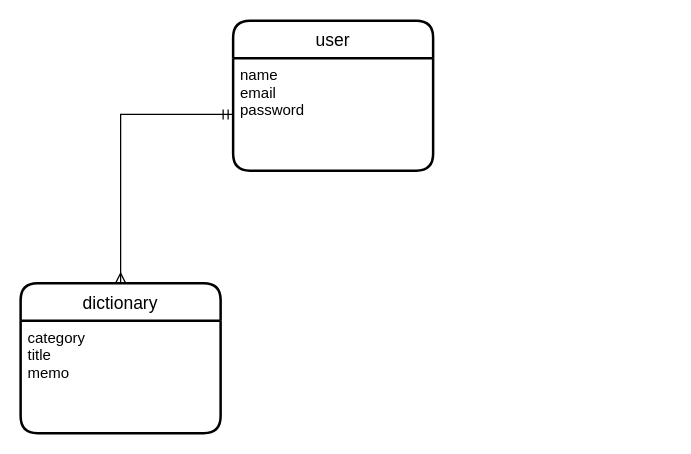
Before: dictionary.dio in yusuke-k-03/my_dictionary, a draw.io diagram. Source tidied: cells renumbered, new cells numbered last; positions are measured from the earlier drawing's top-left corner, leaving out a move shared by most shapes. Both pictures are drawn from the tidied source at 125%, with x=0, y=0 at pixel (20, 20).
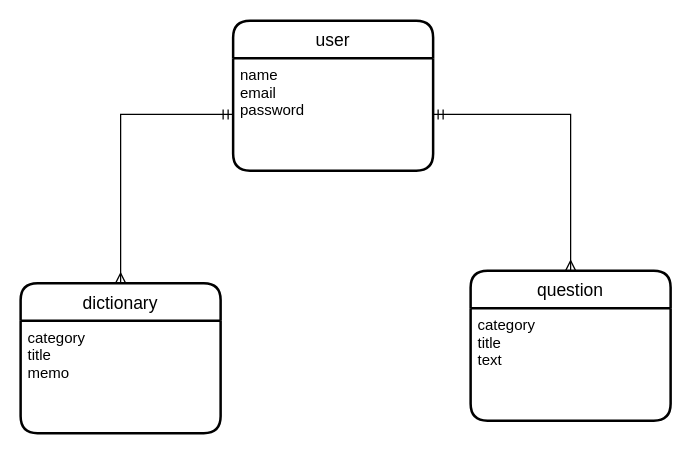
Above is the later version.

Change to the diagram source:
```diff
@@
 <mxGraphModel>
   <root>
     <mxCell id="0" />
     <mxCell id="1" parent="0" />
     <mxCell id="2" value="user" style="swimlane;horizontal=1;startSize=30;rounded=1;fontSize=14;fontStyle=0;strokeWidth=2;shadow=0;dashed=0;align=center;" parent="1" vertex="1">
       <mxGeometry x="170" width="160" height="120" as="geometry" />
     </mxCell>
     <mxCell id="3" value="name&#10;email&#10;password" style="align=left;strokeColor=none;fillColor=none;spacingLeft=4;fontSize=12;verticalAlign=top;" parent="2" vertex="1">
       <mxGeometry y="30" width="160" height="90" as="geometry" />
     </mxCell>
     <mxCell id="4" value="dictionary" style="swimlane;horizontal=1;startSize=30;rounded=1;fontSize=14;fontStyle=0;strokeWidth=2;shadow=0;dashed=0;align=center;" parent="1" vertex="1">
       <mxGeometry y="210" width="160" height="120" as="geometry" />
     </mxCell>
     <mxCell id="5" value="category&#10;title&#10;memo&#10;&#10;" style="align=left;strokeColor=none;fillColor=none;spacingLeft=4;fontSize=12;verticalAlign=top;" parent="4" vertex="1">
       <mxGeometry y="30" width="160" height="90" as="geometry" />
     </mxCell>
     <mxCell id="6" style="edgeStyle=orthogonalEdgeStyle;rounded=0;jettySize=auto;html=1;exitX=0;exitY=0.5;exitDx=0;exitDy=0;entryX=0.5;entryY=0;entryDx=0;entryDy=0;endArrow=ERmany;endFill=0;startArrow=ERmandOne;startFill=0;" parent="1" edge="1" source="3" target="4">
       <mxGeometry relative="1" as="geometry" />
     </mxCell>
+    <mxCell id="7" value="question" style="swimlane;horizontal=1;startSize=30;rounded=1;fontSize=14;fontStyle=0;strokeWidth=2;shadow=0;dashed=0;align=center;" parent="1" vertex="1">
+      <mxGeometry x="360" y="200" width="160" height="120" as="geometry" />
+    </mxCell>
+    <mxCell id="8" value="category&#10;title&#10;text" style="align=left;strokeColor=none;fillColor=none;spacingLeft=4;fontSize=12;verticalAlign=top;" parent="7" vertex="1">
+      <mxGeometry y="30" width="160" height="90" as="geometry" />
+    </mxCell>
+    <mxCell id="9" style="edgeStyle=orthogonalEdgeStyle;rounded=0;jettySize=auto;html=1;exitX=1;exitY=0.5;exitDx=0;exitDy=0;entryX=0.5;entryY=0;entryDx=0;entryDy=0;endArrow=ERmany;endFill=0;startArrow=ERmandOne;startFill=0;" parent="1" edge="1" source="3" target="7">
+      <mxGeometry relative="1" as="geometry" />
+    </mxCell>
   </root>
 </mxGraphModel>
```
